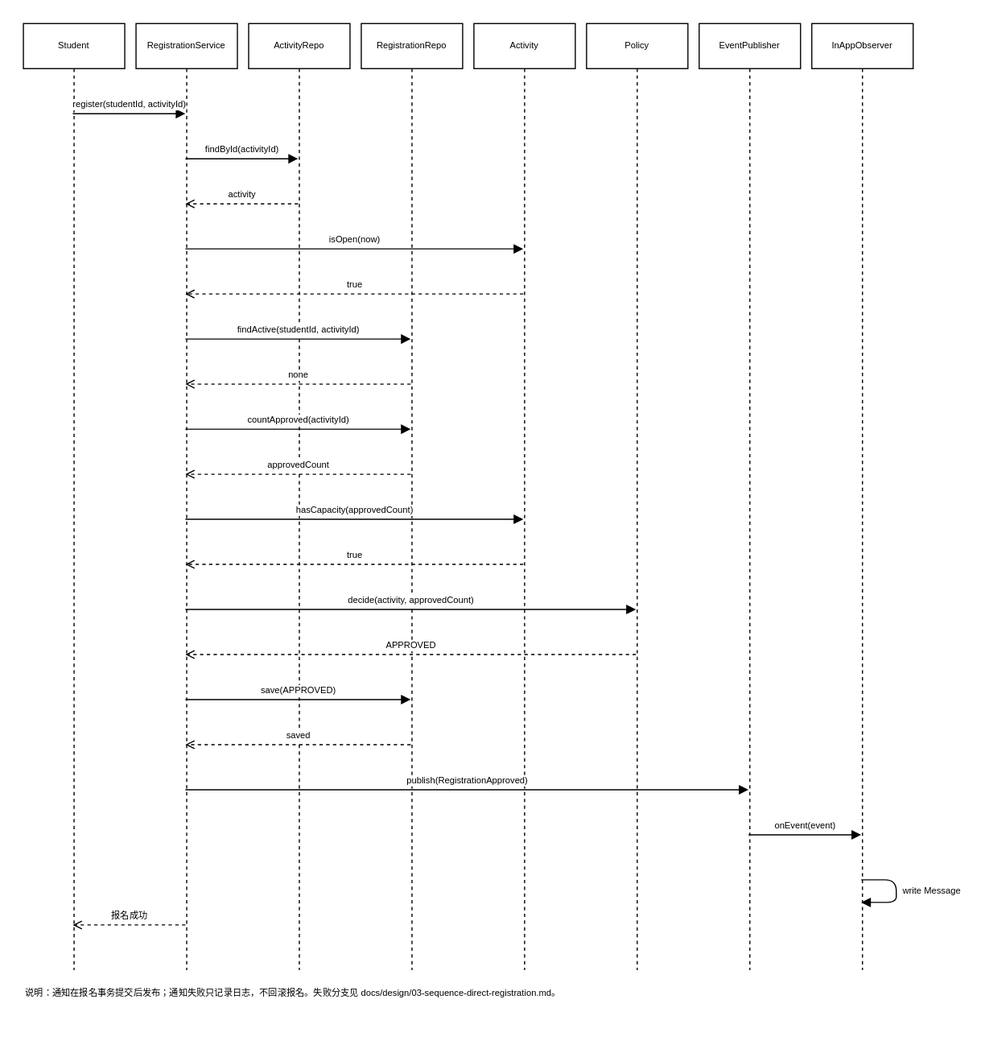
Earlier version of the draw.io export docs/design/diagrams/sequence-direct.drawio.svg (Cynyun/CampusEvent). Source tidied: cells renumbered, new cells last; positions are measured from the earlier drawing's top-left corner, leaving out a move shared by most shapes. Source of this version:
```xml
<mxGraphModel>
  <root>
    <mxCell id="0" />
    <mxCell id="1" parent="0" />
    <mxCell id="2" value="Student" style="shape=umlLifeline;perimeter=lifelinePerimeter;size=40;fontSize=8;whiteSpace=wrap;html=1;" parent="1" vertex="1">
      <mxGeometry width="90" height="840" as="geometry" />
    </mxCell>
    <mxCell id="3" value="RegistrationService" style="shape=umlLifeline;perimeter=lifelinePerimeter;size=40;fontSize=8;whiteSpace=wrap;html=1;" parent="1" vertex="1">
      <mxGeometry x="100" width="90" height="840" as="geometry" />
    </mxCell>
    <mxCell id="4" value="ActivityRepo" style="shape=umlLifeline;perimeter=lifelinePerimeter;size=40;fontSize=8;whiteSpace=wrap;html=1;" parent="1" vertex="1">
      <mxGeometry x="200" width="90" height="840" as="geometry" />
    </mxCell>
    <mxCell id="5" value="RegistrationRepo" style="shape=umlLifeline;perimeter=lifelinePerimeter;size=40;fontSize=8;whiteSpace=wrap;html=1;" parent="1" vertex="1">
      <mxGeometry x="300" width="90" height="840" as="geometry" />
    </mxCell>
    <mxCell id="6" value="Activity" style="shape=umlLifeline;perimeter=lifelinePerimeter;size=40;fontSize=8;whiteSpace=wrap;html=1;" parent="1" vertex="1">
      <mxGeometry x="400" width="90" height="840" as="geometry" />
    </mxCell>
    <mxCell id="7" value="Policy" style="shape=umlLifeline;perimeter=lifelinePerimeter;size=40;fontSize=8;whiteSpace=wrap;html=1;" parent="1" vertex="1">
      <mxGeometry x="500" width="90" height="840" as="geometry" />
    </mxCell>
    <mxCell id="8" value="EventPublisher" style="shape=umlLifeline;perimeter=lifelinePerimeter;size=40;fontSize=8;whiteSpace=wrap;html=1;" parent="1" vertex="1">
      <mxGeometry x="600" width="90" height="840" as="geometry" />
    </mxCell>
    <mxCell id="9" value="InAppObserver" style="shape=umlLifeline;perimeter=lifelinePerimeter;size=40;fontSize=8;whiteSpace=wrap;html=1;" parent="1" vertex="1">
      <mxGeometry x="700" width="90" height="840" as="geometry" />
    </mxCell>
    <mxCell id="10" value="register(studentId, activityId)" style="verticalAlign=bottom;endArrow=block;fontSize=8;exitX=0.5;exitY=0;exitDy=80;entryX=0.5;entryY=0;entryDy=80;html=1;" parent="1" edge="1" source="2" target="3">
      <mxGeometry relative="1" as="geometry" />
    </mxCell>
    <mxCell id="11" value="findById(activityId)" style="verticalAlign=bottom;endArrow=block;fontSize=8;exitX=0.5;exitY=0;exitDy=120;entryX=0.5;entryY=0;entryDy=120;html=1;" parent="1" edge="1" source="3" target="4">
      <mxGeometry relative="1" as="geometry" />
    </mxCell>
    <mxCell id="12" value="activity" style="verticalAlign=bottom;endArrow=open;dashed=1;fontSize=8;exitX=0.5;exitY=0;exitDy=160;entryX=0.5;entryY=0;entryDy=160;html=1;" parent="1" edge="1" source="4" target="3">
      <mxGeometry relative="1" as="geometry" />
    </mxCell>
    <mxCell id="13" value="isOpen(now)" style="verticalAlign=bottom;endArrow=block;fontSize=8;exitX=0.5;exitY=0;exitDy=200;entryX=0.5;entryY=0;entryDy=200;html=1;" parent="1" edge="1" source="3" target="6">
      <mxGeometry relative="1" as="geometry" />
    </mxCell>
    <mxCell id="14" value="true" style="verticalAlign=bottom;endArrow=open;dashed=1;fontSize=8;exitX=0.5;exitY=0;exitDy=240;entryX=0.5;entryY=0;entryDy=240;html=1;" parent="1" edge="1" source="6" target="3">
      <mxGeometry relative="1" as="geometry" />
    </mxCell>
    <mxCell id="15" value="findActive(studentId, activityId)" style="verticalAlign=bottom;endArrow=block;fontSize=8;exitX=0.5;exitY=0;exitDy=280;entryX=0.5;entryY=0;entryDy=280;html=1;" parent="1" edge="1" source="3" target="5">
      <mxGeometry relative="1" as="geometry" />
    </mxCell>
    <mxCell id="16" value="none" style="verticalAlign=bottom;endArrow=open;dashed=1;fontSize=8;exitX=0.5;exitY=0;exitDy=320;entryX=0.5;entryY=0;entryDy=320;html=1;" parent="1" edge="1" source="5" target="3">
      <mxGeometry relative="1" as="geometry" />
    </mxCell>
    <mxCell id="17" value="countApproved(activityId)" style="verticalAlign=bottom;endArrow=block;fontSize=8;exitX=0.5;exitY=0;exitDy=360;entryX=0.5;entryY=0;entryDy=360;html=1;" parent="1" edge="1" source="3" target="5">
      <mxGeometry relative="1" as="geometry" />
    </mxCell>
    <mxCell id="18" value="approvedCount" style="verticalAlign=bottom;endArrow=open;dashed=1;fontSize=8;exitX=0.5;exitY=0;exitDy=400;entryX=0.5;entryY=0;entryDy=400;html=1;" parent="1" edge="1" source="5" target="3">
      <mxGeometry relative="1" as="geometry" />
    </mxCell>
    <mxCell id="19" value="hasCapacity(approvedCount)" style="verticalAlign=bottom;endArrow=block;fontSize=8;exitX=0.5;exitY=0;exitDy=440;entryX=0.5;entryY=0;entryDy=440;html=1;" parent="1" edge="1" source="3" target="6">
      <mxGeometry relative="1" as="geometry" />
    </mxCell>
    <mxCell id="20" value="true" style="verticalAlign=bottom;endArrow=open;dashed=1;fontSize=8;exitX=0.5;exitY=0;exitDy=480;entryX=0.5;entryY=0;entryDy=480;html=1;" parent="1" edge="1" source="6" target="3">
      <mxGeometry relative="1" as="geometry" />
    </mxCell>
    <mxCell id="21" value="decide(activity, approvedCount)" style="verticalAlign=bottom;endArrow=block;fontSize=8;exitX=0.5;exitY=0;exitDy=520;entryX=0.5;entryY=0;entryDy=520;html=1;" parent="1" edge="1" source="3" target="7">
      <mxGeometry relative="1" as="geometry" />
    </mxCell>
    <mxCell id="22" value="APPROVED" style="verticalAlign=bottom;endArrow=open;dashed=1;fontSize=8;exitX=0.5;exitY=0;exitDy=560;entryX=0.5;entryY=0;entryDy=560;html=1;" parent="1" edge="1" source="7" target="3">
      <mxGeometry relative="1" as="geometry" />
    </mxCell>
    <mxCell id="23" value="save(APPROVED)" style="verticalAlign=bottom;endArrow=block;fontSize=8;exitX=0.5;exitY=0;exitDy=600;entryX=0.5;entryY=0;entryDy=600;html=1;" parent="1" edge="1" source="3" target="5">
      <mxGeometry relative="1" as="geometry" />
    </mxCell>
    <mxCell id="24" value="saved" style="verticalAlign=bottom;endArrow=open;dashed=1;fontSize=8;exitX=0.5;exitY=0;exitDy=640;entryX=0.5;entryY=0;entryDy=640;html=1;" parent="1" edge="1" source="5" target="3">
      <mxGeometry relative="1" as="geometry" />
    </mxCell>
    <mxCell id="25" value="publish(RegistrationApproved)" style="verticalAlign=bottom;endArrow=block;fontSize=8;exitX=0.5;exitY=0;exitDy=680;entryX=0.5;entryY=0;entryDy=680;html=1;" parent="1" edge="1" source="3" target="8">
      <mxGeometry relative="1" as="geometry" />
    </mxCell>
    <mxCell id="26" value="onEvent(event)" style="verticalAlign=bottom;endArrow=block;fontSize=8;exitX=0.5;exitY=0;exitDy=720;entryX=0.5;entryY=0;entryDy=720;html=1;" parent="1" edge="1" source="8" target="9">
      <mxGeometry relative="1" as="geometry" />
    </mxCell>
    <mxCell id="27" value="write Message" style="endArrow=block;fontSize=8;align=left;verticalAlign=middle;spacingLeft=4;exitX=0.5;exitY=0;exitDy=760;entryX=0.5;entryY=0;entryDy=780;html=1;" parent="1" edge="1" source="9" target="9">
      <mxGeometry relative="1" as="geometry">
        <Array as="points">
          <mxPoint x="775" y="760" />
          <mxPoint x="775" y="780" />
        </Array>
      </mxGeometry>
    </mxCell>
    <mxCell id="28" value="报名成功" style="verticalAlign=bottom;endArrow=open;dashed=1;fontSize=8;exitX=0.5;exitY=0;exitDy=800;entryX=0.5;entryY=0;entryDy=800;html=1;" parent="1" edge="1" source="3" target="2">
      <mxGeometry relative="1" as="geometry" />
    </mxCell>
    <mxCell id="29" value="说明：通知在报名事务提交后发布；通知失败只记录日志，不回滚报名。失败分支见 docs/design/03-sequence-direct-registration.md。" style="text;align=left;verticalAlign=top;fontSize=8;fillColor=none;strokeColor=none;whiteSpace=wrap;html=1;" parent="1" vertex="1">
      <mxGeometry y="850" width="760" height="40" as="geometry" />
    </mxCell>
  </root>
</mxGraphModel>
```
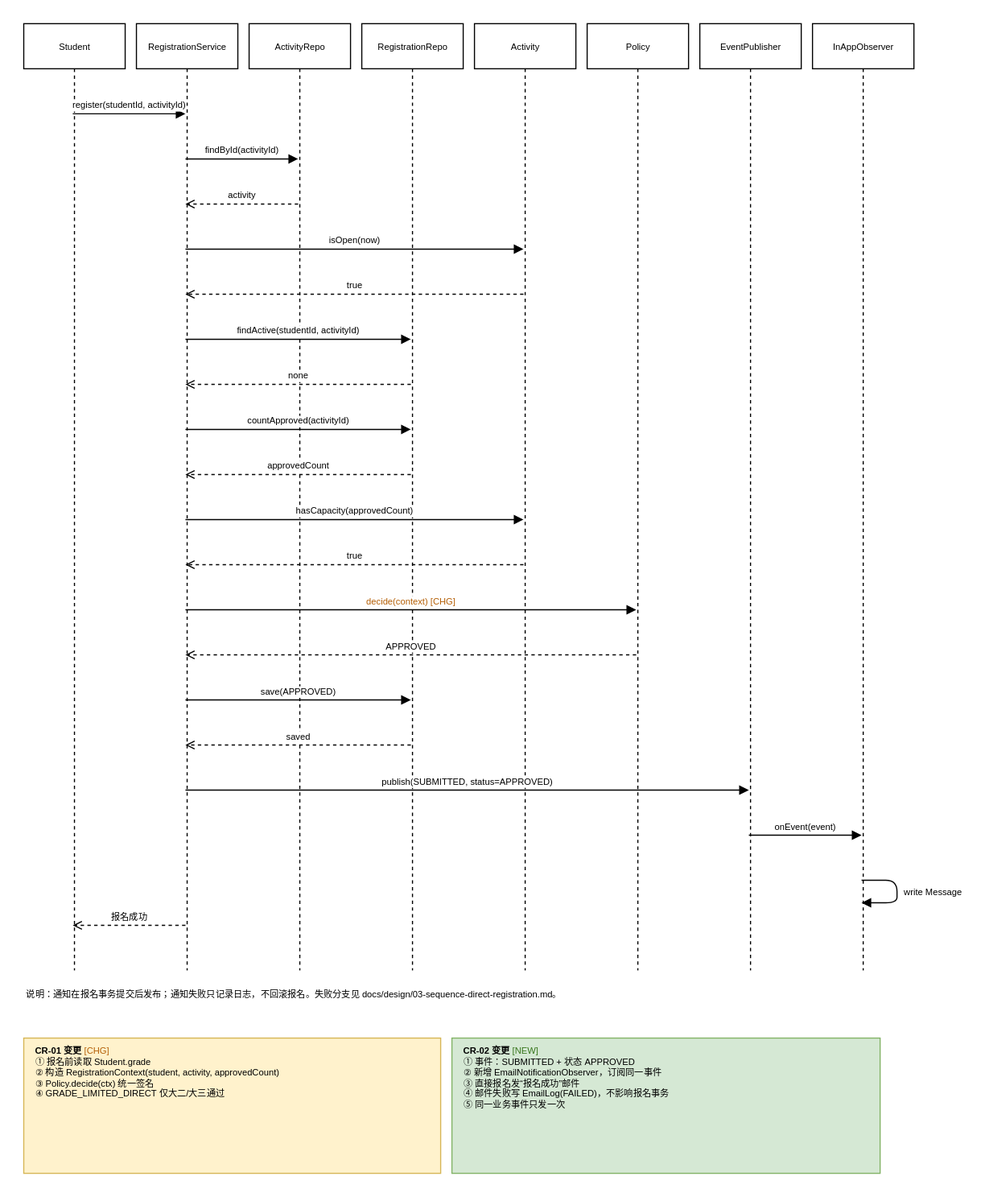
The same file after the commit.

What changed in the source:
```diff
@@ -59,7 +59,7 @@
     <mxCell id="20" value="true" style="verticalAlign=bottom;endArrow=open;dashed=1;fontSize=8;exitX=0.5;exitY=0;exitDy=480;entryX=0.5;entryY=0;entryDy=480;html=1;" parent="1" edge="1" source="6" target="3">
       <mxGeometry relative="1" as="geometry" />
     </mxCell>
-    <mxCell id="21" value="decide(activity, approvedCount)" style="verticalAlign=bottom;endArrow=block;fontSize=8;exitX=0.5;exitY=0;exitDy=520;entryX=0.5;entryY=0;entryDy=520;html=1;" parent="1" edge="1" source="3" target="7">
+    <mxCell id="21" value="decide(context) [CHG]" style="verticalAlign=bottom;endArrow=block;fontSize=8;fontColor=#b45f06;exitX=0.5;exitY=0;exitDy=520;entryX=0.5;entryY=0;entryDy=520;html=1;" parent="1" edge="1" source="3" target="7">
       <mxGeometry relative="1" as="geometry" />
     </mxCell>
     <mxCell id="22" value="APPROVED" style="verticalAlign=bottom;endArrow=open;dashed=1;fontSize=8;exitX=0.5;exitY=0;exitDy=560;entryX=0.5;entryY=0;entryDy=560;html=1;" parent="1" edge="1" source="7" target="3">
@@ -71,7 +71,7 @@
     <mxCell id="24" value="saved" style="verticalAlign=bottom;endArrow=open;dashed=1;fontSize=8;exitX=0.5;exitY=0;exitDy=640;entryX=0.5;entryY=0;entryDy=640;html=1;" parent="1" edge="1" source="5" target="3">
       <mxGeometry relative="1" as="geometry" />
     </mxCell>
-    <mxCell id="25" value="publish(RegistrationApproved)" style="verticalAlign=bottom;endArrow=block;fontSize=8;exitX=0.5;exitY=0;exitDy=680;entryX=0.5;entryY=0;entryDy=680;html=1;" parent="1" edge="1" source="3" target="8">
+    <mxCell id="25" value="publish(SUBMITTED, status=APPROVED)" style="verticalAlign=bottom;endArrow=block;fontSize=8;exitX=0.5;exitY=0;exitDy=680;entryX=0.5;entryY=0;entryDy=680;html=1;" parent="1" edge="1" source="3" target="8">
       <mxGeometry relative="1" as="geometry" />
     </mxCell>
     <mxCell id="26" value="onEvent(event)" style="verticalAlign=bottom;endArrow=block;fontSize=8;exitX=0.5;exitY=0;exitDy=720;entryX=0.5;entryY=0;entryDy=720;html=1;" parent="1" edge="1" source="8" target="9">
@@ -91,5 +91,11 @@
     <mxCell id="29" value="说明：通知在报名事务提交后发布；通知失败只记录日志，不回滚报名。失败分支见 docs/design/03-sequence-direct-registration.md。" style="text;align=left;verticalAlign=top;fontSize=8;fillColor=none;strokeColor=none;whiteSpace=wrap;html=1;" parent="1" vertex="1">
       <mxGeometry y="850" width="760" height="40" as="geometry" />
     </mxCell>
+    <mxCell id="30" value="&lt;b&gt;CR-01 变更&lt;/b&gt; &lt;font color=&quot;#b45f06&quot;&gt;[CHG]&lt;/font&gt;&lt;br&gt;① 报名前读取 Student.grade&lt;br&gt;② 构造 RegistrationContext(student, activity, approvedCount)&lt;br&gt;③ Policy.decide(ctx) 统一签名&lt;br&gt;④ GRADE_LIMITED_DIRECT 仅大二/大三通过" style="text;align=left;verticalAlign=top;fontSize=8;fillColor=#fff2cc;strokeColor=#d6b656;whiteSpace=wrap;html=1;spacingLeft=8;spacingRight=8;" parent="1" vertex="1">
+      <mxGeometry y="900" width="370" height="120" as="geometry" />
+    </mxCell>
+    <mxCell id="31" value="&lt;b&gt;CR-02 变更&lt;/b&gt; &lt;font color=&quot;#38761d&quot;&gt;[NEW]&lt;/font&gt;&lt;br&gt;① 事件：SUBMITTED + 状态 APPROVED&lt;br&gt;② 新增 EmailNotificationObserver，订阅同一事件&lt;br&gt;③ 直接报名发“报名成功”邮件&lt;br&gt;④ 邮件失败写 EmailLog(FAILED)，不影响报名事务&lt;br&gt;⑤ 同一业务事件只发一次" style="text;align=left;verticalAlign=top;fontSize=8;fillColor=#d5e8d4;strokeColor=#82b366;whiteSpace=wrap;html=1;spacingLeft=8;spacingRight=8;" parent="1" vertex="1">
+      <mxGeometry x="380" y="900" width="380" height="120" as="geometry" />
+    </mxCell>
   </root>
 </mxGraphModel>
```
